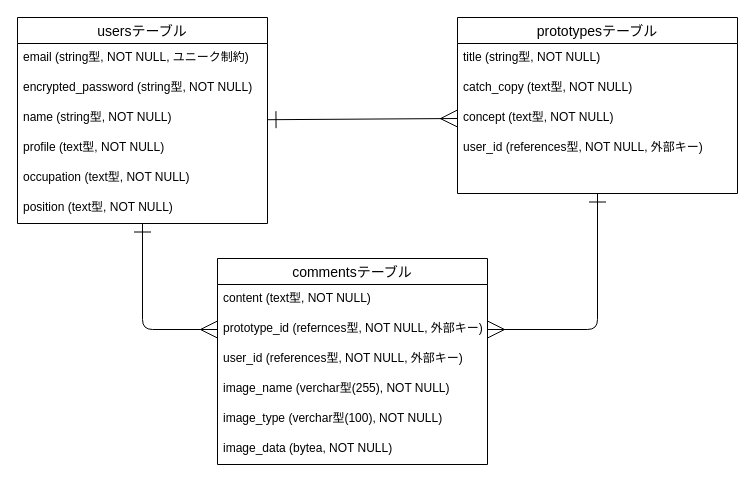
Before: protospace/protospace.dio in miyawaki3819/protospace-42610, a draw.io diagram. Source tidied: cells renumbered, new cells numbered last; positions are measured from the earlier drawing's top-left corner, leaving out a move shared by most shapes. Both pictures are drawn from the tidied source at 100%, with x=0, y=0 at pixel (17, 17).
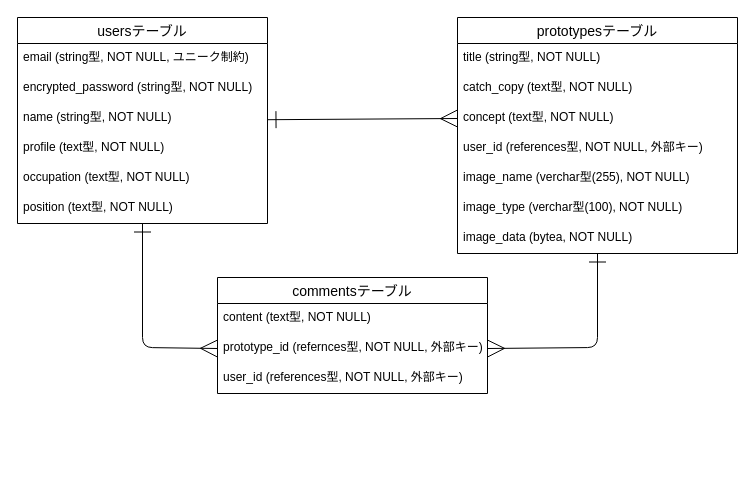
The same page after the edit.

Unchanged cells that the change refers to:
```xml
<mxCell id="2" value="usersテーブル" style="swimlane;fontStyle=0;horizontal=1;startSize=26;align=center;fontSize=14;" parent="1" vertex="1">
  <mxGeometry width="250" height="206" as="geometry" />
</mxCell>
<mxCell id="18" value="prototype_id&lt;span style=&quot;color: rgb(0, 0, 0);&quot;&gt;&amp;nbsp;(refernces型, NOT NULL, 外部キー)&lt;/span&gt;" style="text;strokeColor=none;fillColor=none;spacingLeft=4;spacingRight=4;overflow=hidden;points=[[0,0.5],[1,0.5]];portConstraint=eastwest;fontSize=12;whiteSpace=wrap;html=1;" parent="16" vertex="1">
  <mxGeometry y="56" width="270" height="30" as="geometry" />
</mxCell>
```

Diff of the diagram source:
```diff
@@
     <mxCell id="9" value="prototypesテーブル" style="swimlane;fontStyle=0;horizontal=1;startSize=26;align=center;fontSize=14;" parent="1" vertex="1">
-      <mxGeometry x="440" width="280" height="176" as="geometry" />
+      <mxGeometry x="440" width="280" height="236" as="geometry" />
     </mxCell>
@@
-    <mxCell id="14" style="text;strokeColor=none;fillColor=none;spacingLeft=4;spacingRight=4;overflow=hidden;fontSize=12;whiteSpace=wrap;html=1;" parent="9" vertex="1">
+    <mxCell id="14" value="&lt;span style=&quot;color: rgb(0, 0, 0);&quot;&gt;image_name (verchar型(255), NOT NULL)&lt;/span&gt;" style="text;strokeColor=none;fillColor=none;spacingLeft=4;spacingRight=4;overflow=hidden;fontSize=12;whiteSpace=wrap;html=1;" parent="9" vertex="1">
       <mxGeometry y="146" width="280" height="30" as="geometry" />
     </mxCell>
+    <mxCell id="21" value="&lt;span style=&quot;scrollbar-color: rgb(226, 226, 226) rgb(251, 251, 251); color: rgb(0, 0, 0);&quot;&gt;image_type&lt;/span&gt;&lt;span style=&quot;scrollbar-color: rgb(226, 226, 226) rgb(251, 251, 251); color: rgb(0, 0, 0);&quot;&gt;&amp;nbsp;(verchar型(100), NOT NULL)&lt;/span&gt;" style="text;strokeColor=none;fillColor=none;spacingLeft=4;spacingRight=4;overflow=hidden;fontSize=12;whiteSpace=wrap;html=1;" parent="9" vertex="1">
+      <mxGeometry y="176" width="280" height="30" as="geometry" />
+    </mxCell>
+    <mxCell id="22" value="&lt;span style=&quot;scrollbar-color: rgb(226, 226, 226) rgb(251, 251, 251); color: rgb(0, 0, 0);&quot;&gt;image_data&lt;/span&gt;&lt;span style=&quot;scrollbar-color: rgb(226, 226, 226) rgb(251, 251, 251); color: rgb(0, 0, 0);&quot;&gt;&amp;nbsp;(bytea, NOT NULL)&lt;/span&gt;" style="text;strokeColor=none;fillColor=none;spacingLeft=4;spacingRight=4;overflow=hidden;fontSize=12;whiteSpace=wrap;html=1;" parent="9" vertex="1">
+      <mxGeometry y="206" width="280" height="30" as="geometry" />
+    </mxCell>
     <mxCell id="15" style="edgeStyle=none;html=1;startArrow=ERmany;startFill=0;endArrow=ERone;endFill=0;endSize=15;startSize=15;exitX=1;exitY=0.5;exitDx=0;exitDy=0;" parent="1" edge="1" source="18" target="9">
       <mxGeometry relative="1" as="geometry">
         <Array as="points">
-          <mxPoint x="580" y="312" />
+          <mxPoint x="580" y="330" />
         </Array>
       </mxGeometry>
     </mxCell>
     <mxCell id="16" value="commentsテーブル" style="swimlane;fontStyle=0;horizontal=1;startSize=26;align=center;fontSize=14;" parent="1" vertex="1">
-      <mxGeometry x="200" y="241" width="270" height="206" as="geometry" />
+      <mxGeometry x="200" y="260" width="270" height="116" as="geometry" />
     </mxCell>
@@
-    <mxCell id="20" value="&lt;span style=&quot;color: rgb(0, 0, 0);&quot;&gt;image_name (verchar型(255), NOT NULL)&lt;/span&gt;" style="text;strokeColor=none;fillColor=none;spacingLeft=4;spacingRight=4;overflow=hidden;fontSize=12;whiteSpace=wrap;html=1;" parent="16" vertex="1">
-      <mxGeometry y="116" width="270" height="30" as="geometry" />
-    </mxCell>
-    <mxCell id="21" value="&lt;span style=&quot;scrollbar-color: rgb(226, 226, 226) rgb(251, 251, 251); color: rgb(0, 0, 0);&quot;&gt;image_type&lt;/span&gt;&lt;span style=&quot;scrollbar-color: rgb(226, 226, 226) rgb(251, 251, 251); color: rgb(0, 0, 0);&quot;&gt;&amp;nbsp;(verchar型(100), NOT NULL)&lt;/span&gt;" style="text;strokeColor=none;fillColor=none;spacingLeft=4;spacingRight=4;overflow=hidden;fontSize=12;whiteSpace=wrap;html=1;" parent="16" vertex="1">
-      <mxGeometry y="146" width="270" height="30" as="geometry" />
-    </mxCell>
-    <mxCell id="22" value="&lt;span style=&quot;color: rgb(0, 0, 0);&quot;&gt;image_data&lt;/span&gt;&lt;span style=&quot;scrollbar-color: rgb(226, 226, 226) rgb(251, 251, 251); color: rgb(0, 0, 0);&quot;&gt;&amp;nbsp;(bytea, NOT NULL)&lt;/span&gt;" style="text;strokeColor=none;fillColor=none;spacingLeft=4;spacingRight=4;overflow=hidden;fontSize=12;whiteSpace=wrap;html=1;" parent="16" vertex="1">
-      <mxGeometry y="176" width="270" height="30" as="geometry" />
-    </mxCell>
     <mxCell id="23" style="edgeStyle=none;html=1;startArrow=ERmany;startFill=0;endArrow=ERone;endFill=0;endSize=15;startSize=15;exitX=0;exitY=0.5;exitDx=0;exitDy=0;" parent="1" edge="1" source="18" target="2">
       <mxGeometry relative="1" as="geometry">
         <Array as="points">
-          <mxPoint x="125" y="312" />
+          <mxPoint x="125" y="330" />
         </Array>
       </mxGeometry>
     </mxCell>
```
